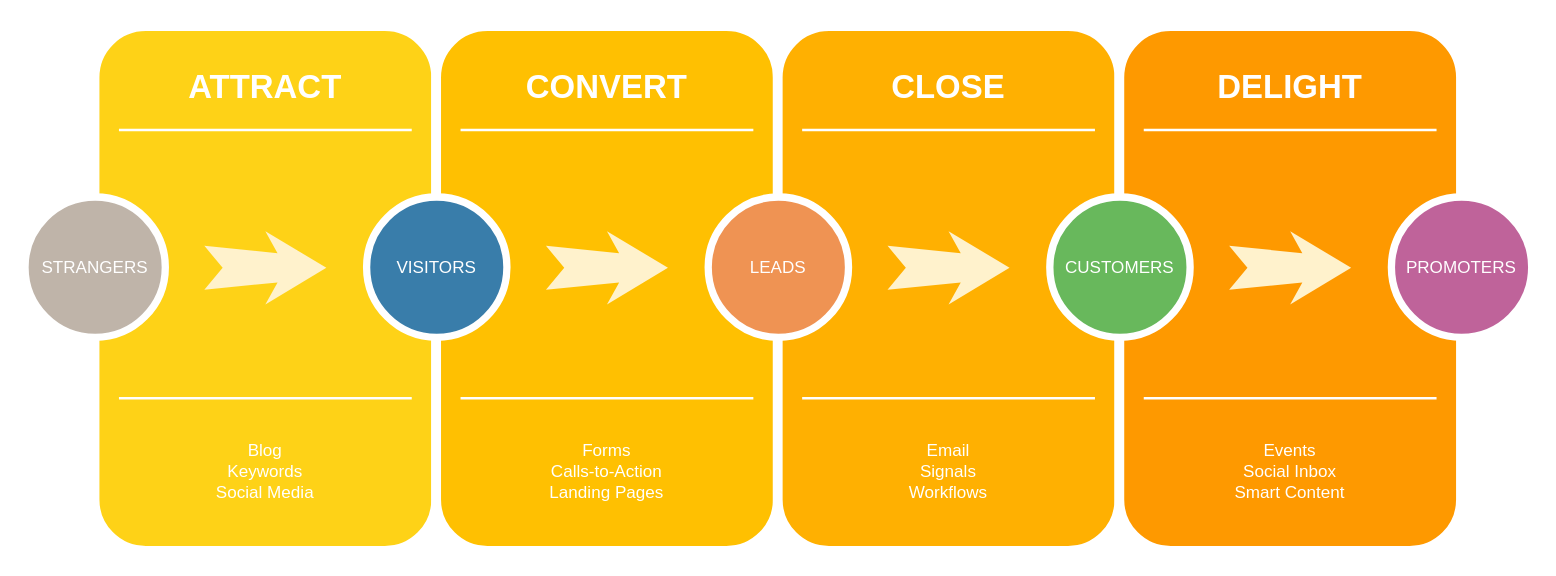
The draw.io diagram Untitled Diagram.drawio in huishounameng/diagram, before the edit. Source tidied: cells renumbered, new cells numbered last; positions are measured from the earlier drawing's top-left corner, leaving out a move shared by most shapes. Both pictures are drawn from the tidied source at 122%, with x=0, y=0 at pixel (24, 26).
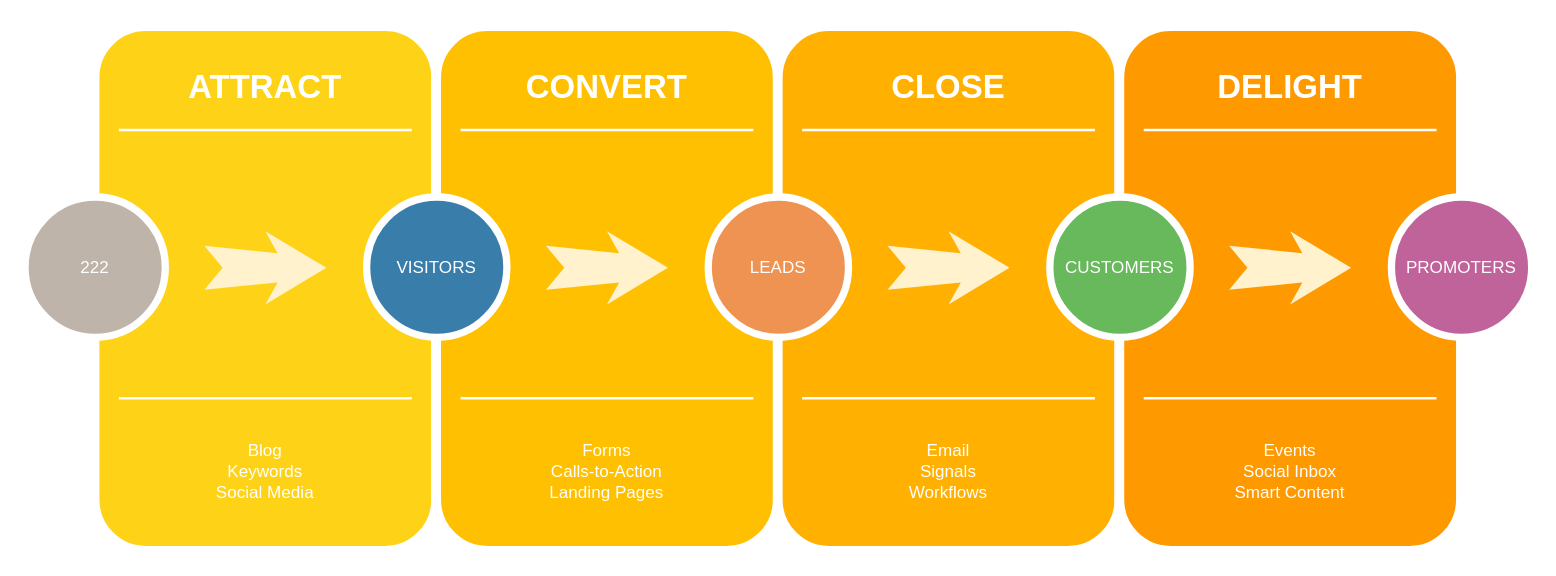
After the change.

What changed in the source:
```diff
@@
-    <mxCell id="7" value="STRANGERS" style="ellipse;whiteSpace=wrap;html=1;rounded=0;shadow=0;strokeWidth=6;fontSize=14;align=center;fillColor=#BFB4A9;strokeColor=#FFFFFF;fontColor=#FFFFFF;" parent="1" vertex="1">
+    <mxCell id="7" value="222" style="ellipse;whiteSpace=wrap;html=1;rounded=0;shadow=0;strokeWidth=6;fontSize=14;align=center;fillColor=#BFB4A9;strokeColor=#FFFFFF;fontColor=#FFFFFF;" parent="1" vertex="1">
       <mxGeometry y="140" width="115" height="115" as="geometry" />
     </mxCell>
```
